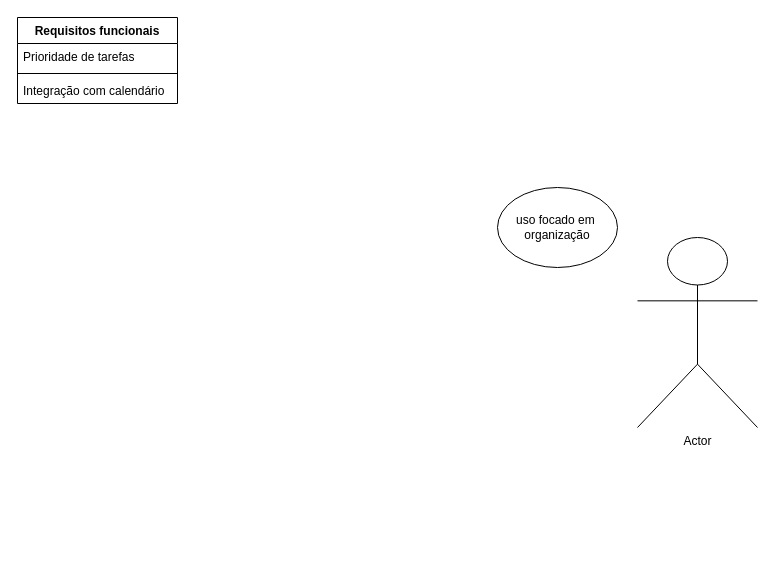
arthursostenes/diagramaderequisitos keeps this draw.io diagram as page "Página-5" (5 of 6) of aula.drawio. Above is the earlier version. Source tidied: cells renumbered, new cells numbered last; positions are measured from the earlier drawing's top-left corner, leaving out a move shared by most shapes. Both pictures are drawn from the tidied source at 100%, with x=0, y=0 at pixel (17, 17).
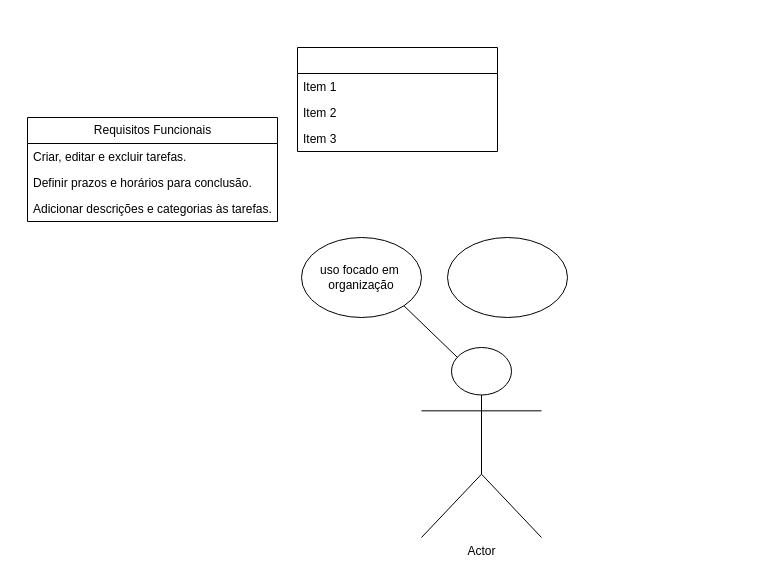
The same diagram, later.

What changed in the source:
```diff
@@
 <mxGraphModel>
   <root>
     <mxCell id="0" />
     <mxCell id="1" parent="0" />
-    <mxCell id="2" value="Requisitos funcionais" style="swimlane;fontStyle=1;align=center;verticalAlign=top;horizontal=1;startSize=26;whiteSpace=wrap;html=1;" parent="1" vertex="1">
-      <mxGeometry width="160" height="86" as="geometry" />
-    </mxCell>
-    <mxCell id="3" value="Prioridade de tarefas" style="text;strokeColor=none;fillColor=none;align=left;verticalAlign=top;spacingLeft=4;spacingRight=4;overflow=hidden;whiteSpace=wrap;html=1;" parent="2" vertex="1">
-      <mxGeometry y="26" width="160" height="26" as="geometry" />
-    </mxCell>
-    <mxCell id="4" style="line;strokeWidth=1;fillColor=none;align=left;verticalAlign=middle;spacingTop=-1;spacingLeft=3;spacingRight=3;labelPosition=right;strokeColor=inherit;" parent="2" vertex="1">
-      <mxGeometry y="52" width="160" height="8" as="geometry" />
-    </mxCell>
-    <mxCell id="5" value="Integração com calendário" style="text;strokeColor=none;fillColor=none;align=left;verticalAlign=top;spacingLeft=4;spacingRight=4;overflow=hidden;whiteSpace=wrap;html=1;" parent="2" vertex="1">
-      <mxGeometry y="60" width="160" height="26" as="geometry" />
-    </mxCell>
     <mxCell id="6" value="Actor" style="shape=umlActor;verticalLabelPosition=bottom;verticalAlign=top;html=1;" parent="1" vertex="1">
-      <mxGeometry x="620" y="220" width="120" height="190" as="geometry" />
+      <mxGeometry x="404" y="330" width="120" height="190" as="geometry" />
     </mxCell>
     <mxCell id="7" value="uso focado em&amp;nbsp;&lt;div&gt;organização&lt;/div&gt;" style="ellipse;whiteSpace=wrap;html=1;" parent="1" vertex="1">
-      <mxGeometry x="480" y="170" width="120" height="80" as="geometry" />
+      <mxGeometry x="284" y="220" width="120" height="80" as="geometry" />
     </mxCell>
+    <mxCell id="8" value="Requisitos Funcionais" style="swimlane;fontStyle=0;horizontal=1;startSize=26;fillColor=none;html=1;" parent="1" vertex="1">
+      <mxGeometry x="10" y="100" width="250" height="104" as="geometry" />
+    </mxCell>
+    <mxCell id="9" value="Criar, editar e excluir tarefas." style="text;strokeColor=none;fillColor=none;align=left;verticalAlign=top;spacingLeft=4;spacingRight=4;overflow=hidden;whiteSpace=wrap;html=1;" parent="8" vertex="1">
+      <mxGeometry y="26" width="250" height="26" as="geometry" />
+    </mxCell>
+    <mxCell id="10" value="Definir prazos e horários para conclusão." style="text;strokeColor=none;fillColor=none;align=left;verticalAlign=top;spacingLeft=4;spacingRight=4;overflow=hidden;whiteSpace=wrap;html=1;" parent="8" vertex="1">
+      <mxGeometry y="52" width="250" height="26" as="geometry" />
+    </mxCell>
+    <mxCell id="11" value="Adicionar descrições e categorias às tarefas." style="text;strokeColor=none;fillColor=none;align=left;verticalAlign=top;spacingLeft=4;spacingRight=4;overflow=hidden;whiteSpace=wrap;html=1;" parent="8" vertex="1">
+      <mxGeometry y="78" width="250" height="26" as="geometry" />
+    </mxCell>
+    <mxCell id="12" style="swimlane;fontStyle=0;horizontal=1;startSize=26;fillColor=none;html=1;" parent="1" vertex="1">
+      <mxGeometry x="280" y="30" width="200" height="104" as="geometry" />
+    </mxCell>
+    <mxCell id="13" value="Item 1" style="text;strokeColor=none;fillColor=none;align=left;verticalAlign=top;spacingLeft=4;spacingRight=4;overflow=hidden;whiteSpace=wrap;html=1;" parent="12" vertex="1">
+      <mxGeometry y="26" width="200" height="26" as="geometry" />
+    </mxCell>
+    <mxCell id="14" value="Item 2" style="text;strokeColor=none;fillColor=none;align=left;verticalAlign=top;spacingLeft=4;spacingRight=4;overflow=hidden;whiteSpace=wrap;html=1;" parent="12" vertex="1">
+      <mxGeometry y="52" width="200" height="26" as="geometry" />
+    </mxCell>
+    <mxCell id="15" value="Item 3" style="text;strokeColor=none;fillColor=none;align=left;verticalAlign=top;spacingLeft=4;spacingRight=4;overflow=hidden;whiteSpace=wrap;html=1;" parent="12" vertex="1">
+      <mxGeometry y="78" width="200" height="26" as="geometry" />
+    </mxCell>
+    <mxCell id="16" style="endArrow=none;html=1;rounded=0;entryX=1;entryY=1;entryDx=0;entryDy=0;" parent="1" edge="1" target="7">
+      <mxGeometry relative="1" as="geometry">
+        <mxPoint x="440" y="340" as="sourcePoint" />
+      </mxGeometry>
+    </mxCell>
+    <mxCell id="17" style="ellipse;whiteSpace=wrap;html=1;" parent="1" vertex="1">
+      <mxGeometry x="430" y="220" width="120" height="80" as="geometry" />
+    </mxCell>
   </root>
 </mxGraphModel>
```
